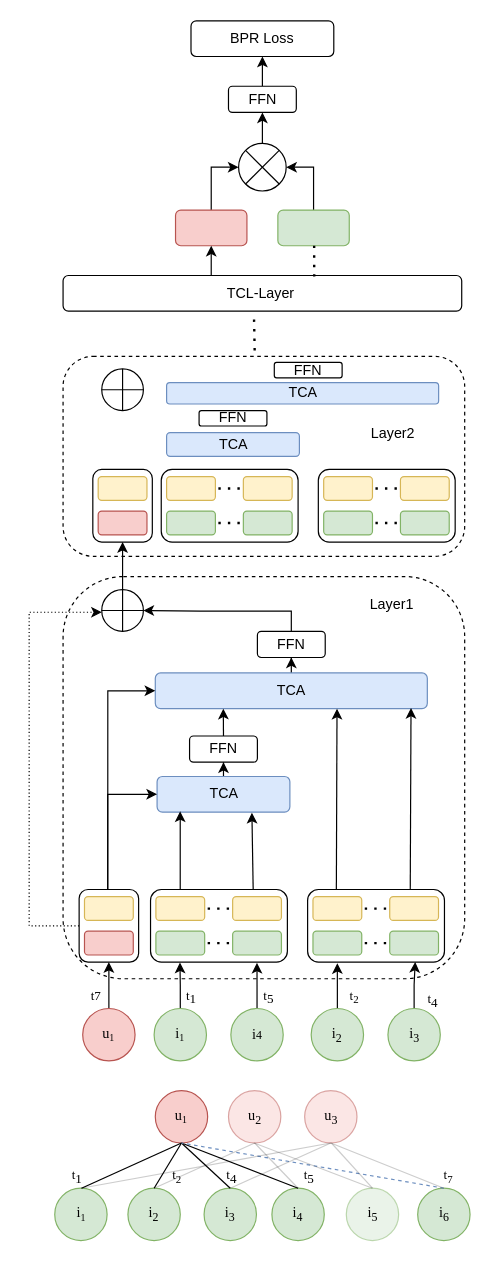
This is MyGNN.drawio from ZYNsama666/BackUp, a draw.io file, before an edit. Source tidied: cells renumbered, new cells numbered last; positions are measured from the earlier drawing's top-left corner, leaving out a move shared by most shapes. Both pictures are drawn from the tidied source at 119%, with x=0, y=0 at pixel (29, 20).
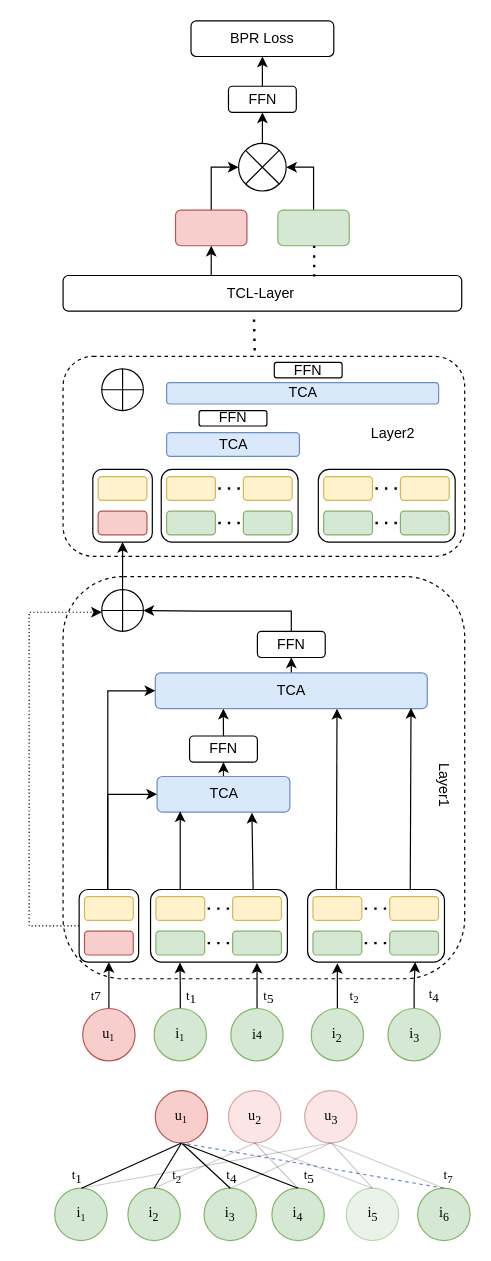
After the change.

Change to the diagram source:
```diff
@@
-    <mxCell id="57" value="Layer1" style="text;html=1;strokeColor=none;fillColor=none;align=center;verticalAlign=middle;whiteSpace=wrap;rounded=0;" parent="1" vertex="1">
-      <mxGeometry x="274.6" y="476" width="60" height="30" as="geometry" />
+    <mxCell id="57" value="Layer1" style="text;html=1;strokeColor=none;fillColor=none;align=center;verticalAlign=middle;whiteSpace=wrap;rounded=0;rotation=90;" parent="1" vertex="1">
+      <mxGeometry x="318.5" y="627" width="60" height="30" as="geometry" />
     </mxCell>
@@
     <mxCell id="93" value="&lt;font style=&quot;font-size: 11px;&quot; face=&quot;Times New Roman&quot;&gt;t&lt;sub style=&quot;font-size: 11px;&quot;&gt;4&lt;/sub&gt;&lt;/font&gt;" style="text;html=1;align=center;verticalAlign=middle;strokeColor=none;fillColor=none;" parent="1" vertex="1">
-      <mxGeometry x="325" y="808" width="27" height="30" as="geometry" />
+      <mxGeometry x="326" y="803.5" width="27" height="30" as="geometry" />
     </mxCell>
```
